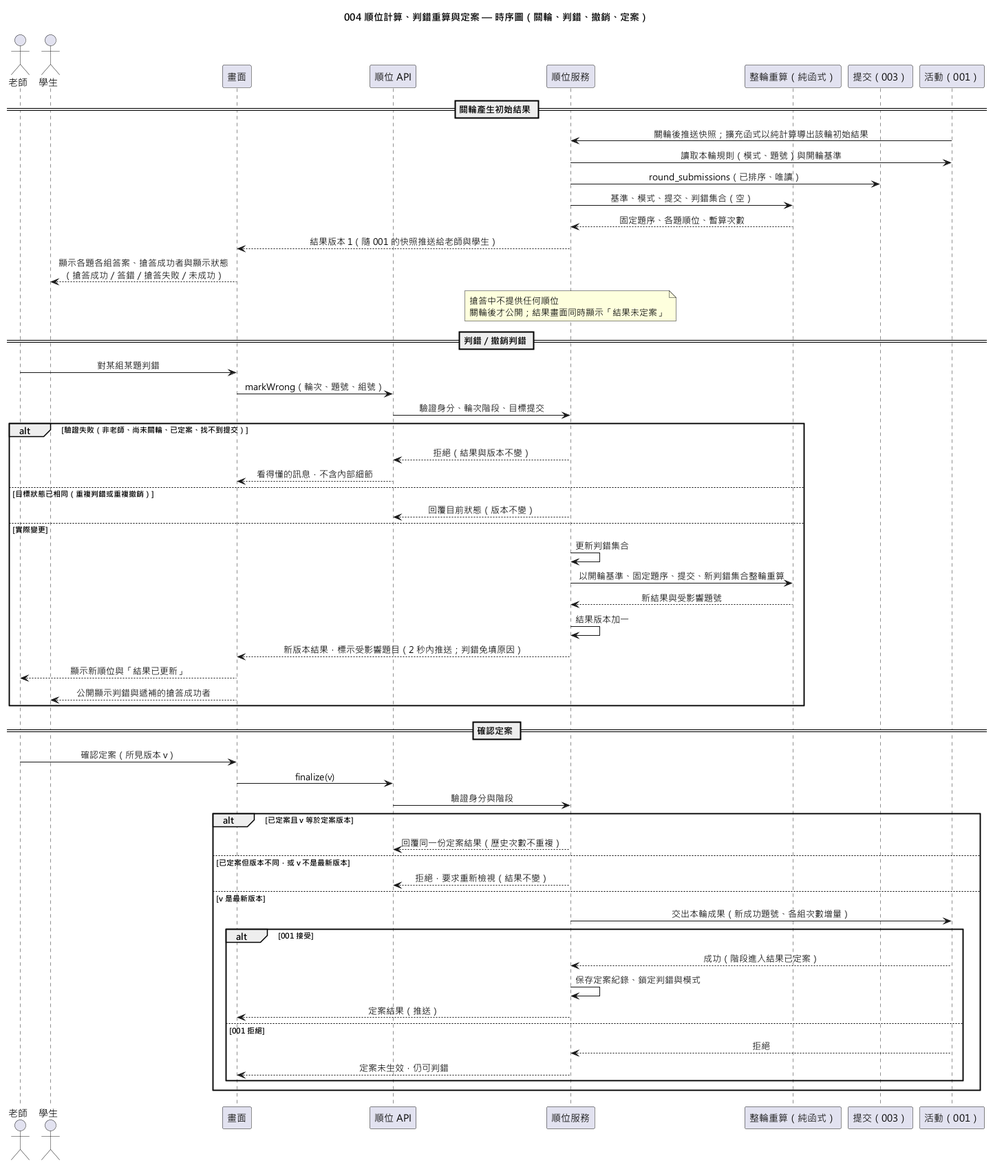
This is diagrams/004-ranking-review-sequence.png from EricC430/lecture-answer-first_group16_speckit, a PlantUML export, as it was before one commit.
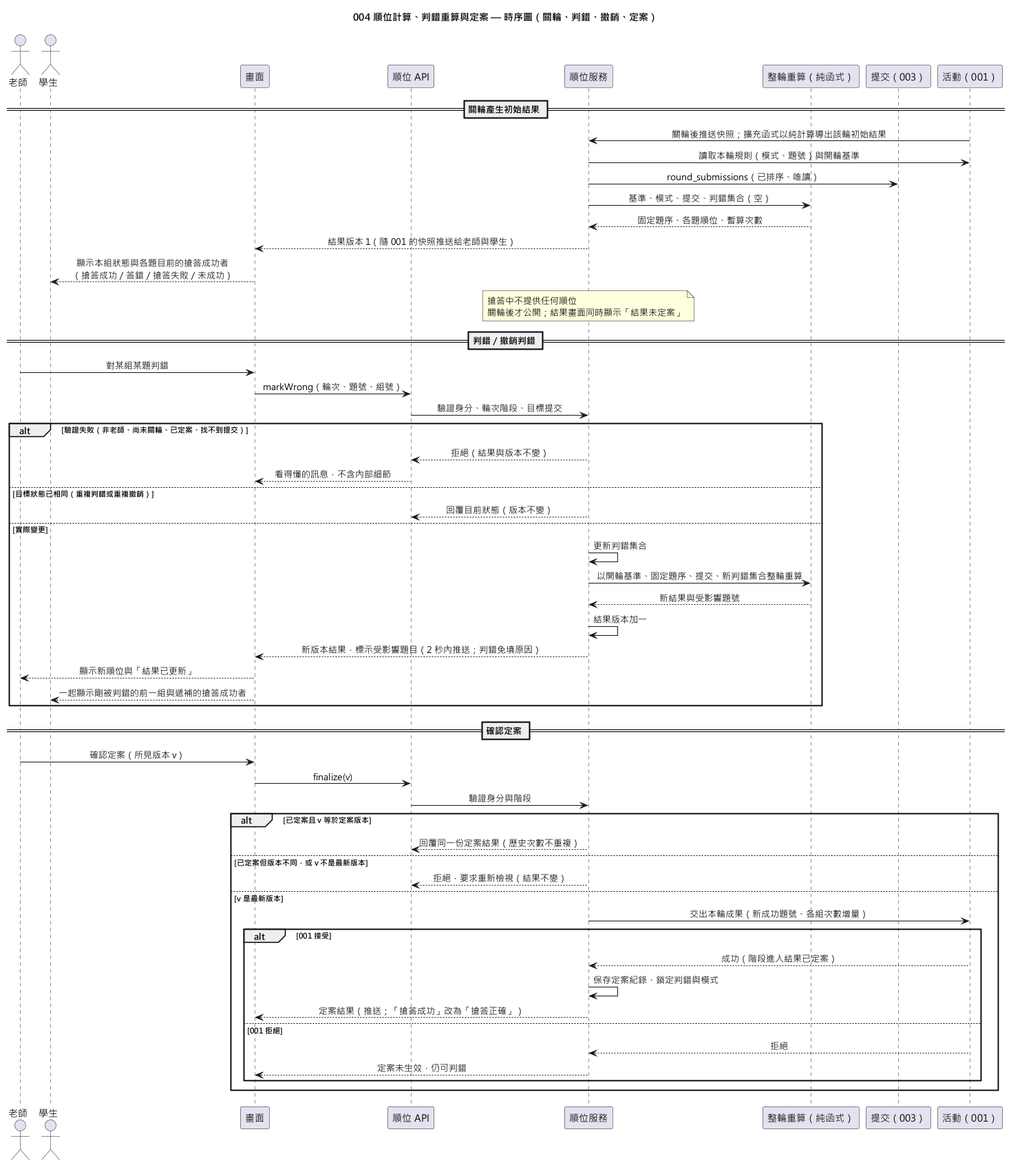
After the change.

Diff of the diagram source:
```diff
@@ -19,7 +19,7 @@
 R -> C : 基準、模式、提交、判錯集合（空）
 C --> R : 固定題序、各題順位、暫算次數
 R --> UI : 結果版本 1（隨 001 的快照推送給老師與學生）
-UI --> S : 顯示各題各組答案、搶答成功者與顯示狀態\n（搶答成功／答錯／搶答失敗／未成功）
+UI --> S : 顯示本組狀態與各題目前的搶答成功者\n（搶答成功／答錯／搶答失敗／未成功）
 note over R : 搶答中不提供任何順位\n關輪後才公開；結果畫面同時顯示「結果未定案」
 
 == 判錯／撤銷判錯 ==
@@ -38,7 +38,7 @@
   R -> R : 結果版本加一
   R --> UI : 新版本結果，標示受影響題目（2 秒內推送；判錯免填原因）
   UI --> T : 顯示新順位與「結果已更新」
-  UI --> S : 公開顯示判錯與遞補的搶答成功者
+  UI --> S : 一起顯示剛被判錯的前一組與遞補的搶答成功者
 end
 
 == 確認定案 ==
@@ -54,7 +54,7 @@
   alt 001 接受
     A --> R : 成功（階段進入結果已定案）
     R -> R : 保存定案紀錄、鎖定判錯與模式
-    R --> UI : 定案結果（推送）
+    R --> UI : 定案結果（推送；「搶答成功」改為「搶答正確」）
   else 001 拒絕
     A --> R : 拒絕
     R --> UI : 定案未生效，仍可判錯
```
